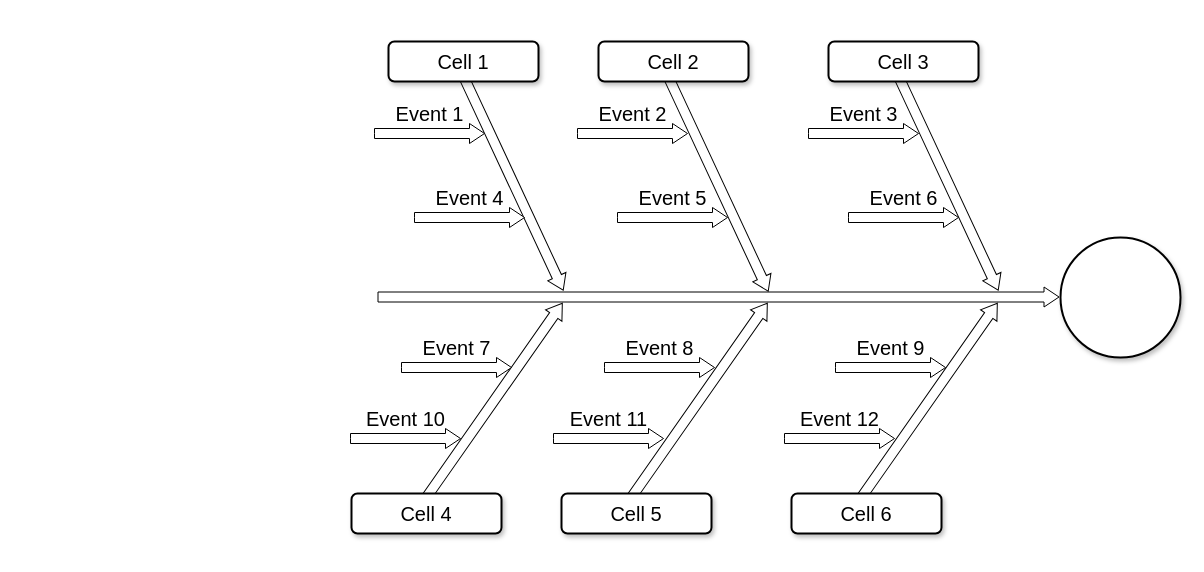
Earlier version of the draw.io diagram 喀什系统实施原因分析图.drawio (bj-ehualu/drawio). Source tidied: cells renumbered, new cells numbered last; positions are measured from the earlier drawing's top-left corner, leaving out a move shared by most shapes. Both pictures are drawn from the tidied source at 100%, with x=0, y=0 at pixel (351, -44).
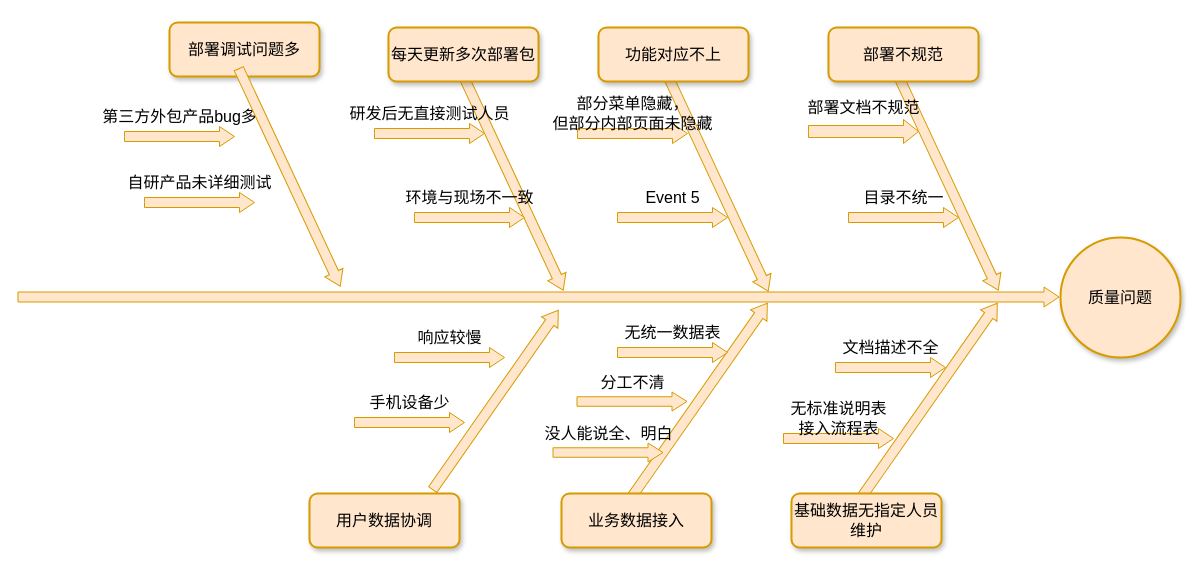
After the change.

Commit message (it also covers changes not shown here):
更新喀什系统实施原因分析图.drawio

Diff of the diagram source:
```diff
@@
-    <mxCell id="2" style="html=1;shadow=0;dashed=0;align=center;verticalAlign=middle;shape=mxgraph.arrows2.arrow;dy=0.5;dx=15;direction=north;notch=0;rounded=0;strokeWidth=1;fontSize=20;rotation=35;" parent="1" vertex="1">
-      <mxGeometry x="132" y="325" width="20" height="240" as="geometry" />
-    </mxCell>
-    <mxCell id="3" style="html=1;shadow=0;dashed=0;align=center;verticalAlign=middle;shape=mxgraph.arrows2.arrow;dy=0.5;dx=15;direction=north;notch=0;rounded=0;strokeWidth=1;fontSize=20;rotation=35;" parent="1" vertex="1">
+    <mxCell id="3" style="html=1;shadow=0;dashed=0;align=center;verticalAlign=middle;shape=mxgraph.arrows2.arrow;dy=0.5;dx=15;direction=north;notch=0;rounded=0;strokeWidth=1;fontSize=16;rotation=35;fillColor=#ffe6cc;strokeColor=#d79b00;" parent="1" vertex="1">
       <mxGeometry x="337" y="325" width="20" height="240" as="geometry" />
     </mxCell>
-    <mxCell id="4" style="html=1;shadow=0;dashed=0;align=center;verticalAlign=middle;shape=mxgraph.arrows2.arrow;dy=0.5;dx=15;direction=north;notch=0;rounded=0;strokeWidth=1;fontSize=20;rotation=35;" parent="1" vertex="1">
+    <mxCell id="4" style="html=1;shadow=0;dashed=0;align=center;verticalAlign=middle;shape=mxgraph.arrows2.arrow;dy=0.5;dx=15;direction=north;notch=0;rounded=0;strokeWidth=1;fontSize=16;rotation=35;fillColor=#ffe6cc;strokeColor=#d79b00;" parent="1" vertex="1">
       <mxGeometry x="567" y="325" width="20" height="240" as="geometry" />
     </mxCell>
-    <mxCell id="5" style="html=1;shadow=0;dashed=0;align=center;verticalAlign=middle;shape=mxgraph.arrows2.arrow;dy=0.5;dx=15;direction=north;notch=0;rounded=0;strokeWidth=1;fontSize=20;rotation=90;" parent="1" vertex="1">
-      <mxGeometry x="357" width="20" height="681" as="geometry" />
+    <mxCell id="5" style="html=1;shadow=0;dashed=0;align=center;verticalAlign=middle;shape=mxgraph.arrows2.arrow;dy=0.5;dx=15;direction=north;notch=0;rounded=0;strokeWidth=1;fontSize=16;rotation=90;fillColor=#ffe6cc;strokeColor=#d79b00;" parent="1" vertex="1">
+      <mxGeometry x="177" y="-180" width="20" height="1041" as="geometry" />
     </mxCell>
-    <mxCell id="6" style="html=1;shadow=0;dashed=0;align=center;verticalAlign=middle;shape=mxgraph.arrows2.arrow;dy=0.5;dx=15;direction=north;notch=0;rounded=0;strokeWidth=1;fontSize=20;rotation=155;" parent="1" vertex="1">
+    <mxCell id="6" style="html=1;shadow=0;dashed=0;align=center;verticalAlign=middle;shape=mxgraph.arrows2.arrow;dy=0.5;dx=15;direction=north;notch=0;rounded=0;strokeWidth=1;fontSize=16;rotation=155;fillColor=#ffe6cc;strokeColor=#d79b00;" parent="1" vertex="1">
       <mxGeometry x="151" y="105" width="20" height="240" as="geometry" />
     </mxCell>
-    <mxCell id="7" style="html=1;shadow=0;dashed=0;align=center;verticalAlign=middle;shape=mxgraph.arrows2.arrow;dy=0.5;dx=15;direction=north;notch=0;rounded=0;strokeWidth=1;fontSize=20;rotation=155;" parent="1" vertex="1">
+    <mxCell id="7" style="html=1;shadow=0;dashed=0;align=center;verticalAlign=middle;shape=mxgraph.arrows2.arrow;dy=0.5;dx=15;direction=north;notch=0;rounded=0;strokeWidth=1;fontSize=16;rotation=155;fillColor=#ffe6cc;strokeColor=#d79b00;" parent="1" vertex="1">
       <mxGeometry x="356" y="106" width="20" height="240" as="geometry" />
     </mxCell>
-    <mxCell id="8" style="html=1;shadow=0;dashed=0;align=center;verticalAlign=middle;shape=mxgraph.arrows2.arrow;dy=0.5;dx=15;direction=north;notch=0;rounded=0;strokeWidth=1;fontSize=20;rotation=155;" parent="1" vertex="1">
+    <mxCell id="8" style="html=1;shadow=0;dashed=0;align=center;verticalAlign=middle;shape=mxgraph.arrows2.arrow;dy=0.5;dx=15;direction=north;notch=0;rounded=0;strokeWidth=1;fontSize=16;rotation=155;fillColor=#ffe6cc;strokeColor=#d79b00;" parent="1" vertex="1">
       <mxGeometry x="586" y="105" width="20" height="240" as="geometry" />
     </mxCell>
-    <mxCell id="9" value="Cell 1" style="rounded=1;whiteSpace=wrap;html=1;shadow=1;strokeWidth=2;fontSize=20;" parent="1" vertex="1">
-      <mxGeometry x="37" y="85" width="150" height="40" as="geometry" />
+    <mxCell id="9" value="每天更新多次部署包" style="rounded=1;whiteSpace=wrap;html=1;shadow=1;strokeWidth=2;fontSize=16;fillColor=#ffe6cc;strokeColor=#d79b00;" parent="1" vertex="1">
+      <mxGeometry x="37" y="71" width="150" height="54" as="geometry" />
     </mxCell>
-    <mxCell id="10" value="Cell 2" style="rounded=1;whiteSpace=wrap;html=1;shadow=1;strokeWidth=2;fontSize=20;" parent="1" vertex="1">
-      <mxGeometry x="247" y="85" width="150" height="40" as="geometry" />
+    <mxCell id="10" value="功能对应不上" style="rounded=1;whiteSpace=wrap;html=1;shadow=1;strokeWidth=2;fontSize=16;fillColor=#ffe6cc;strokeColor=#d79b00;" parent="1" vertex="1">
+      <mxGeometry x="247" y="71" width="150" height="54" as="geometry" />
     </mxCell>
-    <mxCell id="11" value="Cell 3" style="rounded=1;whiteSpace=wrap;html=1;shadow=1;strokeWidth=2;fontSize=20;" parent="1" vertex="1">
-      <mxGeometry x="477" y="85" width="150" height="40" as="geometry" />
+    <mxCell id="11" value="部署不规范" style="rounded=1;whiteSpace=wrap;html=1;shadow=1;strokeWidth=2;fontSize=16;fillColor=#ffe6cc;strokeColor=#d79b00;" parent="1" vertex="1">
+      <mxGeometry x="477" y="71" width="150" height="54" as="geometry" />
     </mxCell>
-    <mxCell id="12" value="Cell 4" style="rounded=1;whiteSpace=wrap;html=1;shadow=1;strokeWidth=2;fontSize=20;" parent="1" vertex="1">
-      <mxGeometry y="537" width="150" height="40" as="geometry" />
+    <mxCell id="12" value="部署调试问题多" style="rounded=1;whiteSpace=wrap;html=1;shadow=1;strokeWidth=2;fontSize=16;fillColor=#ffe6cc;strokeColor=#d79b00;" parent="1" vertex="1">
+      <mxGeometry x="-182" y="66" width="150" height="54" as="geometry" />
     </mxCell>
-    <mxCell id="13" value="Cell 5" style="rounded=1;whiteSpace=wrap;html=1;shadow=1;strokeWidth=2;fontSize=20;" parent="1" vertex="1">
-      <mxGeometry x="210" y="537" width="150" height="40" as="geometry" />
+    <mxCell id="13" value="业务数据接入" style="rounded=1;whiteSpace=wrap;html=1;shadow=1;strokeWidth=2;fontSize=16;fillColor=#ffe6cc;strokeColor=#d79b00;" parent="1" vertex="1">
+      <mxGeometry x="210" y="537" width="150" height="54" as="geometry" />
     </mxCell>
-    <mxCell id="14" value="Cell 6" style="rounded=1;whiteSpace=wrap;html=1;shadow=1;strokeWidth=2;fontSize=20;" parent="1" vertex="1">
-      <mxGeometry x="440" y="537" width="150" height="40" as="geometry" />
+    <mxCell id="14" value="基础数据无指定人员维护" style="rounded=1;whiteSpace=wrap;html=1;shadow=1;strokeWidth=2;fontSize=16;fillColor=#ffe6cc;strokeColor=#d79b00;" parent="1" vertex="1">
+      <mxGeometry x="440" y="537" width="150" height="54" as="geometry" />
     </mxCell>
-    <mxCell id="15" style="ellipse;whiteSpace=wrap;html=1;rounded=1;shadow=1;strokeWidth=2;fontSize=20;" parent="1" vertex="1">
+    <mxCell id="15" value="质量问题" style="ellipse;whiteSpace=wrap;html=1;rounded=1;shadow=1;strokeWidth=2;fontSize=16;fillColor=#ffe6cc;strokeColor=#d79b00;" parent="1" vertex="1">
       <mxGeometry x="709" y="281" width="120" height="120" as="geometry" />
     </mxCell>
-    <mxCell id="16" value="Event 1" style="html=1;shadow=0;dashed=0;align=center;verticalAlign=middle;shape=mxgraph.arrows2.arrow;dy=0.5;dx=15;direction=north;notch=0;rounded=0;strokeWidth=1;fontSize=20;rotation=90;horizontal=0;labelPosition=left;verticalLabelPosition=middle;" parent="1" vertex="1">
+    <mxCell id="16" value="研发后无直接测试人员" style="html=1;shadow=0;dashed=0;align=center;verticalAlign=middle;shape=mxgraph.arrows2.arrow;dy=0.5;dx=15;direction=north;notch=0;rounded=0;strokeWidth=1;fontSize=16;rotation=90;horizontal=0;labelPosition=left;verticalLabelPosition=middle;fillColor=#ffe6cc;strokeColor=#d79b00;" parent="1" vertex="1">
       <mxGeometry x="68" y="122" width="20" height="110" as="geometry" />
     </mxCell>
-    <mxCell id="17" value="Event 2" style="html=1;shadow=0;dashed=0;align=center;verticalAlign=middle;shape=mxgraph.arrows2.arrow;dy=0.5;dx=15;direction=north;notch=0;rounded=0;strokeWidth=1;fontSize=20;rotation=90;horizontal=0;labelPosition=left;verticalLabelPosition=middle;" parent="1" vertex="1">
+    <mxCell id="17" value="部分菜单隐藏，&lt;div style=&quot;font-size: 16px;&quot;&gt;但部分内部页面未隐藏&lt;/div&gt;" style="html=1;shadow=0;dashed=0;align=center;verticalAlign=middle;shape=mxgraph.arrows2.arrow;dy=0.5;dx=15;direction=north;notch=0;rounded=0;strokeWidth=1;fontSize=16;rotation=90;horizontal=0;labelPosition=left;verticalLabelPosition=middle;fillColor=#ffe6cc;strokeColor=#d79b00;" parent="1" vertex="1">
       <mxGeometry x="271" y="122" width="20" height="110" as="geometry" />
     </mxCell>
-    <mxCell id="18" value="Event 3" style="html=1;shadow=0;dashed=0;align=center;verticalAlign=middle;shape=mxgraph.arrows2.arrow;dy=0.5;dx=15;direction=north;notch=0;rounded=0;strokeWidth=1;fontSize=20;rotation=90;horizontal=0;labelPosition=left;verticalLabelPosition=middle;" parent="1" vertex="1">
-      <mxGeometry x="502" y="122" width="20" height="110" as="geometry" />
+    <mxCell id="18" value="部署文档不规范" style="html=1;shadow=0;dashed=0;align=center;verticalAlign=middle;shape=mxgraph.arrows2.arrow;dy=0.5;dx=15;direction=north;notch=0;rounded=0;strokeWidth=1;fontSize=16;rotation=90;horizontal=0;labelPosition=left;verticalLabelPosition=middle;fillColor=#ffe6cc;strokeColor=#d79b00;" parent="1" vertex="1">
+      <mxGeometry x="500" y="120" width="24" height="110" as="geometry" />
     </mxCell>
-    <mxCell id="19" value="Event 10" style="html=1;shadow=0;dashed=0;align=center;verticalAlign=middle;shape=mxgraph.arrows2.arrow;dy=0.5;dx=15;direction=north;notch=0;rounded=0;strokeWidth=1;fontSize=20;rotation=90;horizontal=0;labelPosition=left;verticalLabelPosition=middle;" parent="1" vertex="1">
-      <mxGeometry x="44" y="427" width="20" height="110" as="geometry" />
+    <mxCell id="19" value="自研产品未详细测试" style="html=1;shadow=0;dashed=0;align=center;verticalAlign=middle;shape=mxgraph.arrows2.arrow;dy=0.5;dx=15;direction=north;notch=0;rounded=0;strokeWidth=1;fontSize=16;rotation=90;horizontal=0;labelPosition=left;verticalLabelPosition=middle;fillColor=#ffe6cc;strokeColor=#d79b00;" parent="1" vertex="1">
+      <mxGeometry x="-162" y="191" width="20" height="110" as="geometry" />
     </mxCell>
-    <mxCell id="20" value="Event 11" style="html=1;shadow=0;dashed=0;align=center;verticalAlign=middle;shape=mxgraph.arrows2.arrow;dy=0.5;dx=15;direction=north;notch=0;rounded=0;strokeWidth=1;fontSize=20;rotation=90;horizontal=0;labelPosition=left;verticalLabelPosition=middle;" parent="1" vertex="1">
-      <mxGeometry x="247" y="427" width="20" height="110" as="geometry" />
+    <mxCell id="20" value="分工不清" style="html=1;shadow=0;dashed=0;align=center;verticalAlign=middle;shape=mxgraph.arrows2.arrow;dy=0.5;dx=15;direction=north;notch=0;rounded=0;strokeWidth=1;fontSize=16;rotation=90;horizontal=0;labelPosition=left;verticalLabelPosition=middle;fillColor=#ffe6cc;strokeColor=#d79b00;" parent="1" vertex="1">
+      <mxGeometry x="271" y="390" width="19" height="110" as="geometry" />
     </mxCell>
-    <mxCell id="21" value="Event 12" style="html=1;shadow=0;dashed=0;align=center;verticalAlign=middle;shape=mxgraph.arrows2.arrow;dy=0.5;dx=15;direction=north;notch=0;rounded=0;strokeWidth=1;fontSize=20;rotation=90;horizontal=0;labelPosition=left;verticalLabelPosition=middle;" parent="1" vertex="1">
-      <mxGeometry x="478" y="427" width="20" height="110" as="geometry" />
+    <mxCell id="21" value="无标准说明表&lt;div style=&quot;font-size: 16px;&quot;&gt;接入流程表&lt;/div&gt;" style="html=1;shadow=0;dashed=0;align=center;verticalAlign=middle;shape=mxgraph.arrows2.arrow;dy=0.5;dx=15;direction=north;notch=0;rounded=0;strokeWidth=1;fontSize=16;rotation=90;horizontal=0;labelPosition=left;verticalLabelPosition=middle;fillColor=#ffe6cc;strokeColor=#d79b00;" parent="1" vertex="1">
+      <mxGeometry x="477" y="427" width="20" height="110" as="geometry" />
     </mxCell>
-    <mxCell id="22" value="Event 4" style="html=1;shadow=0;dashed=0;align=center;verticalAlign=middle;shape=mxgraph.arrows2.arrow;dy=0.5;dx=15;direction=north;notch=0;rounded=0;strokeWidth=1;fontSize=20;rotation=90;horizontal=0;labelPosition=left;verticalLabelPosition=middle;" parent="1" vertex="1">
+    <mxCell id="22" value="环境与现场不一致" style="html=1;shadow=0;dashed=0;align=center;verticalAlign=middle;shape=mxgraph.arrows2.arrow;dy=0.5;dx=15;direction=north;notch=0;rounded=0;strokeWidth=1;fontSize=16;rotation=90;horizontal=0;labelPosition=left;verticalLabelPosition=middle;fillColor=#ffe6cc;strokeColor=#d79b00;" parent="1" vertex="1">
       <mxGeometry x="108" y="206" width="20" height="110" as="geometry" />
     </mxCell>
-    <mxCell id="23" value="Event 5" style="html=1;shadow=0;dashed=0;align=center;verticalAlign=middle;shape=mxgraph.arrows2.arrow;dy=0.5;dx=15;direction=north;notch=0;rounded=0;strokeWidth=1;fontSize=20;rotation=90;horizontal=0;labelPosition=left;verticalLabelPosition=middle;" parent="1" vertex="1">
+    <mxCell id="23" value="Event 5" style="html=1;shadow=0;dashed=0;align=center;verticalAlign=middle;shape=mxgraph.arrows2.arrow;dy=0.5;dx=15;direction=north;notch=0;rounded=0;strokeWidth=1;fontSize=16;rotation=90;horizontal=0;labelPosition=left;verticalLabelPosition=middle;fillColor=#ffe6cc;strokeColor=#d79b00;" parent="1" vertex="1">
       <mxGeometry x="311" y="206" width="20" height="110" as="geometry" />
     </mxCell>
-    <mxCell id="24" value="Event 6" style="html=1;shadow=0;dashed=0;align=center;verticalAlign=middle;shape=mxgraph.arrows2.arrow;dy=0.5;dx=15;direction=north;notch=0;rounded=0;strokeWidth=1;fontSize=20;rotation=90;horizontal=0;labelPosition=left;verticalLabelPosition=middle;" parent="1" vertex="1">
+    <mxCell id="24" value="目录不统一" style="html=1;shadow=0;dashed=0;align=center;verticalAlign=middle;shape=mxgraph.arrows2.arrow;dy=0.5;dx=15;direction=north;notch=0;rounded=0;strokeWidth=1;fontSize=16;rotation=90;horizontal=0;labelPosition=left;verticalLabelPosition=middle;fillColor=#ffe6cc;strokeColor=#d79b00;" parent="1" vertex="1">
       <mxGeometry x="542" y="206" width="20" height="110" as="geometry" />
     </mxCell>
-    <mxCell id="25" value="Event 7" style="html=1;shadow=0;dashed=0;align=center;verticalAlign=middle;shape=mxgraph.arrows2.arrow;dy=0.5;dx=15;direction=north;notch=0;rounded=0;strokeWidth=1;fontSize=20;rotation=90;horizontal=0;labelPosition=left;verticalLabelPosition=middle;" parent="1" vertex="1">
-      <mxGeometry x="95" y="356" width="20" height="110" as="geometry" />
+    <mxCell id="25" value="第三方外包产品bug多" style="html=1;shadow=0;dashed=0;align=center;verticalAlign=middle;shape=mxgraph.arrows2.arrow;dy=0.5;dx=15;direction=north;notch=0;rounded=0;strokeWidth=1;fontSize=16;rotation=90;horizontal=0;labelPosition=left;verticalLabelPosition=middle;fillColor=#ffe6cc;strokeColor=#d79b00;" parent="1" vertex="1">
+      <mxGeometry x="-182" y="125" width="20" height="110" as="geometry" />
     </mxCell>
-    <mxCell id="26" value="Event 8" style="html=1;shadow=0;dashed=0;align=center;verticalAlign=middle;shape=mxgraph.arrows2.arrow;dy=0.5;dx=15;direction=north;notch=0;rounded=0;strokeWidth=1;fontSize=20;rotation=90;horizontal=0;labelPosition=left;verticalLabelPosition=middle;" parent="1" vertex="1">
-      <mxGeometry x="298" y="356" width="20" height="110" as="geometry" />
+    <mxCell id="26" value="无统一数据表" style="html=1;shadow=0;dashed=0;align=center;verticalAlign=middle;shape=mxgraph.arrows2.arrow;dy=0.5;dx=15;direction=north;notch=0;rounded=0;strokeWidth=1;fontSize=16;rotation=90;horizontal=0;labelPosition=left;verticalLabelPosition=middle;fillColor=#ffe6cc;strokeColor=#d79b00;" parent="1" vertex="1">
+      <mxGeometry x="311" y="341" width="20" height="110" as="geometry" />
     </mxCell>
-    <mxCell id="27" value="Event 9" style="html=1;shadow=0;dashed=0;align=center;verticalAlign=middle;shape=mxgraph.arrows2.arrow;dy=0.5;dx=15;direction=north;notch=0;rounded=0;strokeWidth=1;fontSize=20;rotation=90;horizontal=0;labelPosition=left;verticalLabelPosition=middle;" parent="1" vertex="1">
+    <mxCell id="27" value="文档描述不全" style="html=1;shadow=0;dashed=0;align=center;verticalAlign=middle;shape=mxgraph.arrows2.arrow;dy=0.5;dx=15;direction=north;notch=0;rounded=0;strokeWidth=1;fontSize=16;rotation=90;horizontal=0;labelPosition=left;verticalLabelPosition=middle;fillColor=#ffe6cc;strokeColor=#d79b00;" parent="1" vertex="1">
       <mxGeometry x="529" y="356" width="20" height="110" as="geometry" />
     </mxCell>
+    <mxCell id="28" value="没人能说全、明白" style="html=1;shadow=0;dashed=0;align=center;verticalAlign=middle;shape=mxgraph.arrows2.arrow;dy=0.5;dx=15;direction=north;notch=0;rounded=0;strokeWidth=1;fontSize=16;rotation=90;horizontal=0;labelPosition=left;verticalLabelPosition=middle;fillColor=#ffe6cc;strokeColor=#d79b00;" parent="1" vertex="1">
+      <mxGeometry x="247" y="441" width="19" height="110" as="geometry" />
+    </mxCell>
+    <mxCell id="29" value="用户数据协调" style="rounded=1;whiteSpace=wrap;html=1;shadow=1;strokeWidth=2;fontSize=16;fillColor=#ffe6cc;strokeColor=#d79b00;" parent="1" vertex="1">
+      <mxGeometry x="-42" y="537" width="150" height="54" as="geometry" />
+    </mxCell>
+    <mxCell id="30" value="响应较慢" style="html=1;shadow=0;dashed=0;align=center;verticalAlign=middle;shape=mxgraph.arrows2.arrow;dy=0.5;dx=15;direction=north;notch=0;rounded=0;strokeWidth=1;fontSize=16;rotation=90;horizontal=0;labelPosition=left;verticalLabelPosition=middle;fillColor=#ffe6cc;strokeColor=#d79b00;" parent="1" vertex="1">
+      <mxGeometry x="88" y="346" width="20" height="110" as="geometry" />
+    </mxCell>
+    <mxCell id="31" value="手机设备少" style="html=1;shadow=0;dashed=0;align=center;verticalAlign=middle;shape=mxgraph.arrows2.arrow;dy=0.5;dx=15;direction=north;notch=0;rounded=0;strokeWidth=1;fontSize=16;rotation=90;horizontal=0;labelPosition=left;verticalLabelPosition=middle;fillColor=#ffe6cc;strokeColor=#d79b00;" parent="1" vertex="1">
+      <mxGeometry x="48" y="411" width="20" height="110" as="geometry" />
+    </mxCell>
+    <mxCell id="32" style="html=1;shadow=0;dashed=0;align=center;verticalAlign=middle;shape=mxgraph.arrows2.arrow;dy=0.5;dx=15;direction=north;notch=0;rounded=0;strokeWidth=1;fontSize=16;rotation=155;fillColor=#ffe6cc;strokeColor=#d79b00;" parent="1" vertex="1">
+      <mxGeometry x="-72" y="101" width="20" height="240" as="geometry" />
+    </mxCell>
+    <mxCell id="33" style="html=1;shadow=0;dashed=0;align=center;verticalAlign=middle;shape=mxgraph.arrows2.arrow;dy=0.5;dx=15;direction=north;notch=0;rounded=0;strokeWidth=1;fontSize=16;rotation=35;fillColor=#ffe6cc;strokeColor=#d79b00;" parent="1" vertex="1">
+      <mxGeometry x="134" y="333.9" width="20" height="219" as="geometry" />
+    </mxCell>
```
